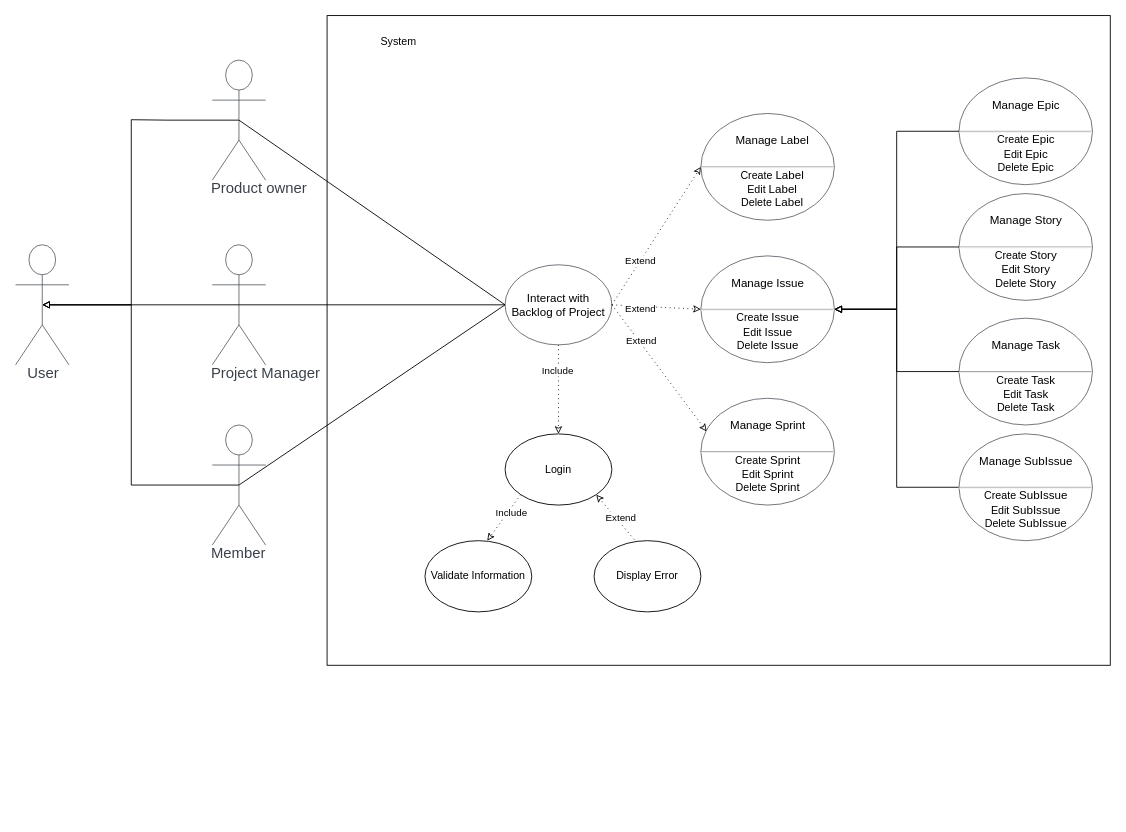
Above: page "Backlog" (5 of 7) of General File/Diagram/Use Case Marvic.drawio in JonhSnap/MarvicApp (draw.io), before the change. Source tidied: cells renumbered, new cells numbered last; positions are measured from the earlier drawing's top-left corner, leaving out a move shared by most shapes. Both pictures are drawn from the tidied source at 89%, with x=0, y=0 at pixel (15, 15).
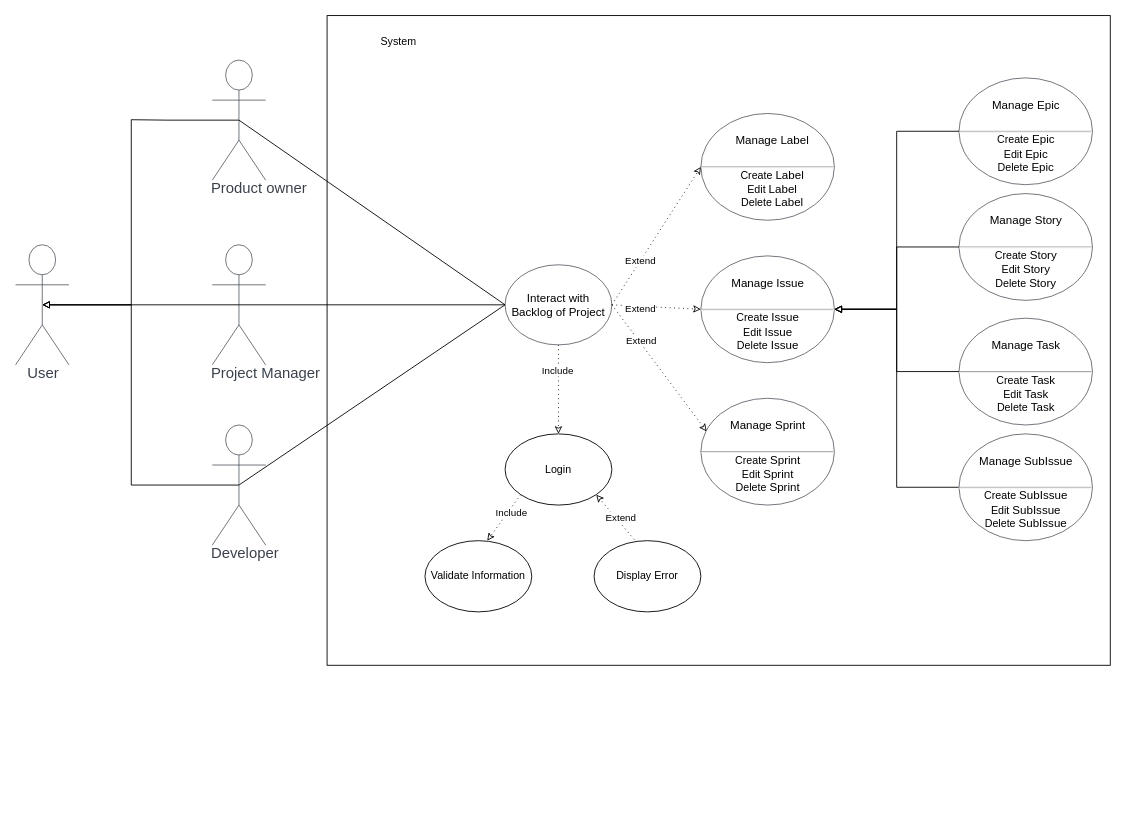
The same diagram, later.

The edit, as a diff of the source:
```diff
@@
-    <mxCell id="7" value="Member" style="html=1;overflow=block;blockSpacing=1;shape=umlActor;labelPosition=center;verticalLabelPosition=bottom;verticalAlign=top;whiteSpace=nowrap;fontSize=16.7;fontColor=#3a414a;spacing=0;strokeColor=#3a414a;strokeOpacity=100;rounded=1;absoluteArcSize=1;arcSize=9;strokeWidth=0.8;" parent="1" vertex="1">
+    <mxCell id="7" value="Developer" style="html=1;overflow=block;blockSpacing=1;shape=umlActor;labelPosition=center;verticalLabelPosition=bottom;verticalAlign=top;whiteSpace=nowrap;fontSize=16.7;fontColor=#3a414a;spacing=0;strokeColor=#3a414a;strokeOpacity=100;rounded=1;absoluteArcSize=1;arcSize=9;strokeWidth=0.8;" parent="1" vertex="1">
       <mxGeometry x="221" y="460" width="60" height="135" as="geometry" />
     </mxCell>
```
